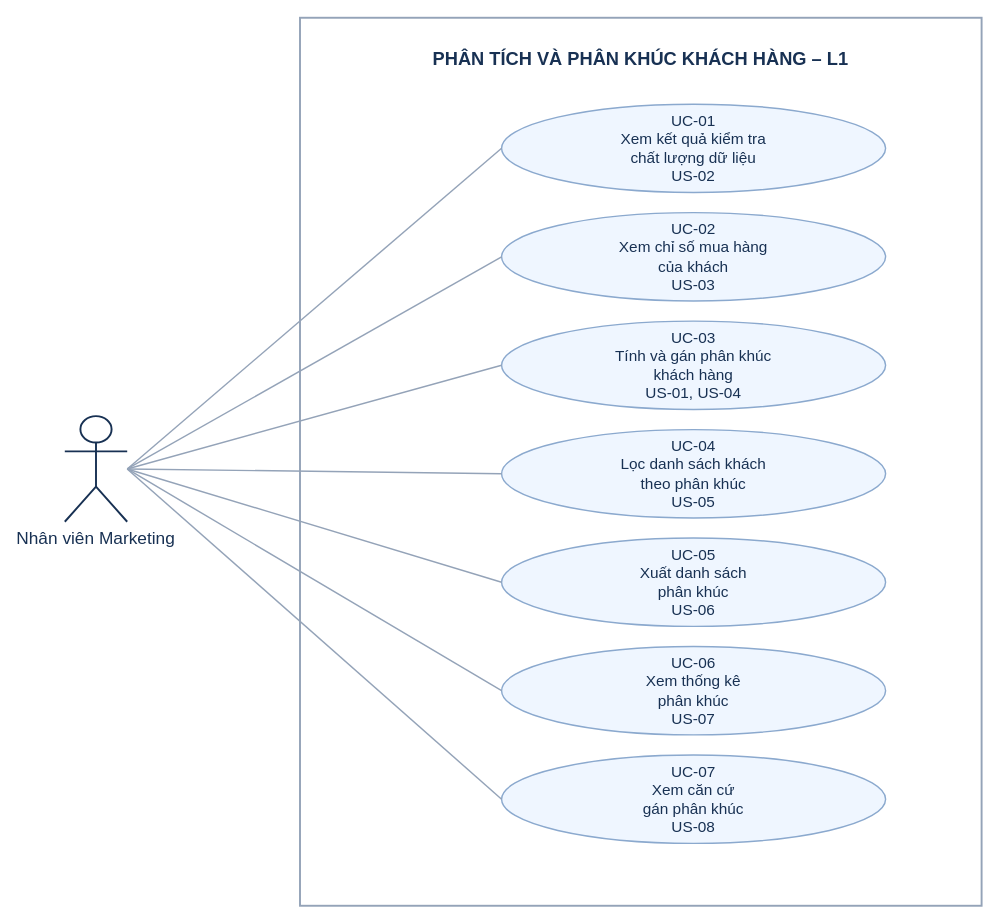
Above: docs/use-case.drawio in Dan00Dan/smartcrm-2374802010428-customer-segmentation (draw.io), before the change. Source tidied: cells renumbered, new cells numbered last; positions are measured from the earlier drawing's top-left corner, leaving out a move shared by most shapes. Both pictures are drawn from the tidied source at 96%, with x=0, y=0 at pixel (64, 17).
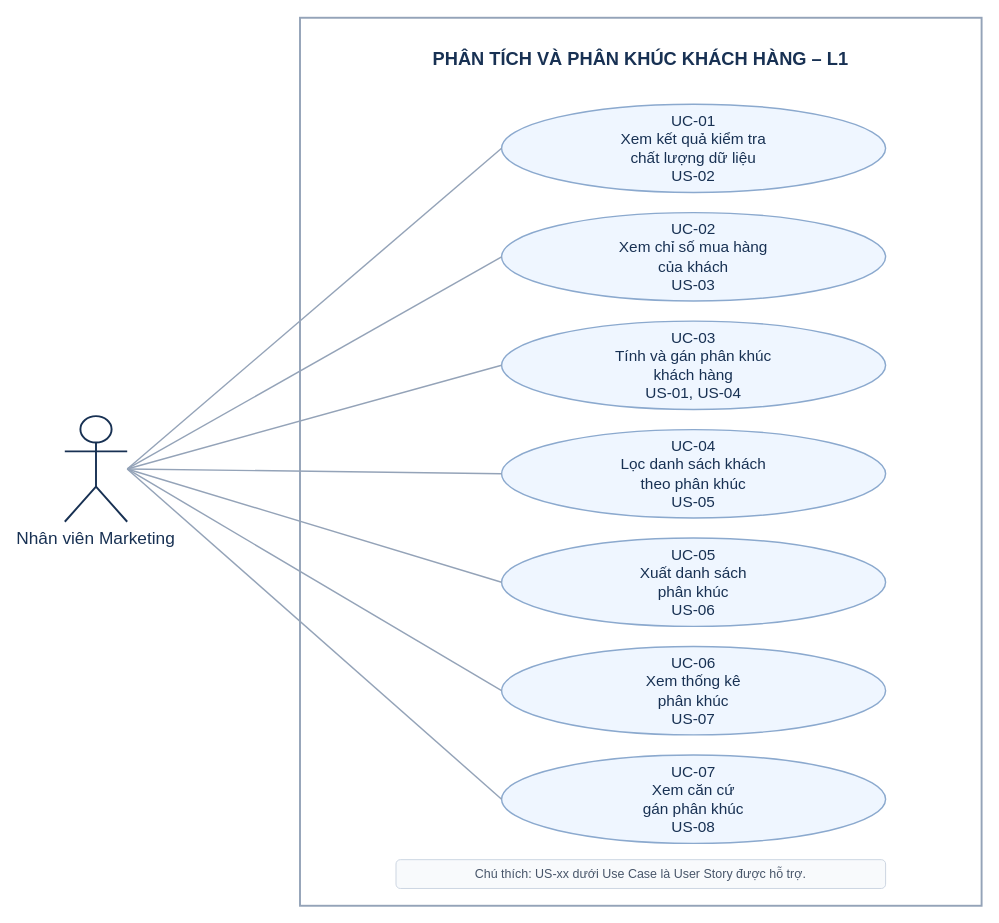
The same page after the edit.

Commit message:
docs: update data spec and use case diagram

Change to the diagram source:
```diff
@@
 <mxGraphModel>
   <root>
     <mxCell id="0" />
     <mxCell id="1" parent="0" />
     <mxCell id="2" value="PHÂN TÍCH VÀ PHÂN KHÚC KHÁCH HÀNG – L1" style="rounded=0;verticalAlign=top;spacingTop=25;fillColor=#ffffff;strokeColor=#94a3b8;strokeWidth=2;fontSize=19;fontStyle=1;fontColor=#183153;html=0;" parent="1" vertex="1">
       <mxGeometry x="245" width="710" height="925" as="geometry" />
     </mxCell>
     <mxCell id="3" value="Nhân viên Marketing" style="shape=umlActor;verticalLabelPosition=bottom;verticalAlign=top;fontColor=#183153;strokeColor=#183153;strokeWidth=2;html=0;fontSize=18;" parent="1" vertex="1">
       <mxGeometry y="415" width="65" height="110" as="geometry" />
     </mxCell>
     <mxCell id="4" value="UC-01&#10;Xem kết quả kiểm tra&#10;chất lượng dữ liệu&#10;US-02" style="ellipse;whiteSpace=wrap;html=0;fillColor=#eff6ff;strokeColor=#8ba9ce;strokeWidth=1.5;fontColor=#183153;fontSize=16;" parent="1" vertex="1">
       <mxGeometry x="455" y="90" width="400" height="92" as="geometry" />
     </mxCell>
     <mxCell id="5" style="endArrow=none;startArrow=none;html=0;strokeColor=#94a3b8;strokeWidth=1.5;exitX=1;exitY=0.5;entryX=0;entryY=0.5;entryPerimeter=0;exitPerimeter=0;" parent="1" edge="1" source="3" target="4">
       <mxGeometry relative="1" as="geometry" />
     </mxCell>
     <mxCell id="6" value="UC-02&#10;Xem chỉ số mua hàng&#10;của khách&#10;US-03" style="ellipse;whiteSpace=wrap;html=0;fillColor=#eff6ff;strokeColor=#8ba9ce;strokeWidth=1.5;fontColor=#183153;fontSize=16;" parent="1" vertex="1">
       <mxGeometry x="455" y="203" width="400" height="92" as="geometry" />
     </mxCell>
     <mxCell id="7" style="endArrow=none;startArrow=none;html=0;strokeColor=#94a3b8;strokeWidth=1.5;exitX=1;exitY=0.5;entryX=0;entryY=0.5;entryPerimeter=0;exitPerimeter=0;" parent="1" edge="1" source="3" target="6">
       <mxGeometry relative="1" as="geometry" />
     </mxCell>
     <mxCell id="8" value="UC-03&#10;Tính và gán phân khúc&#10;khách hàng&#10;US-01, US-04" style="ellipse;whiteSpace=wrap;html=0;fillColor=#eff6ff;strokeColor=#8ba9ce;strokeWidth=1.5;fontColor=#183153;fontSize=16;" parent="1" vertex="1">
       <mxGeometry x="455" y="316" width="400" height="92" as="geometry" />
     </mxCell>
     <mxCell id="9" style="endArrow=none;startArrow=none;html=0;strokeColor=#94a3b8;strokeWidth=1.5;exitX=1;exitY=0.5;entryX=0;entryY=0.5;entryPerimeter=0;exitPerimeter=0;" parent="1" edge="1" source="3" target="8">
       <mxGeometry relative="1" as="geometry" />
     </mxCell>
     <mxCell id="10" value="UC-04&#10;Lọc danh sách khách&#10;theo phân khúc&#10;US-05" style="ellipse;whiteSpace=wrap;html=0;fillColor=#eff6ff;strokeColor=#8ba9ce;strokeWidth=1.5;fontColor=#183153;fontSize=16;" parent="1" vertex="1">
       <mxGeometry x="455" y="429" width="400" height="92" as="geometry" />
     </mxCell>
     <mxCell id="11" style="endArrow=none;startArrow=none;html=0;strokeColor=#94a3b8;strokeWidth=1.5;exitX=1;exitY=0.5;entryX=0;entryY=0.5;entryPerimeter=0;exitPerimeter=0;" parent="1" edge="1" source="3" target="10">
       <mxGeometry relative="1" as="geometry" />
     </mxCell>
     <mxCell id="12" value="UC-05&#10;Xuất danh sách&#10;phân khúc&#10;US-06" style="ellipse;whiteSpace=wrap;html=0;fillColor=#eff6ff;strokeColor=#8ba9ce;strokeWidth=1.5;fontColor=#183153;fontSize=16;" parent="1" vertex="1">
       <mxGeometry x="455" y="542" width="400" height="92" as="geometry" />
     </mxCell>
     <mxCell id="13" style="endArrow=none;startArrow=none;html=0;strokeColor=#94a3b8;strokeWidth=1.5;exitX=1;exitY=0.5;entryX=0;entryY=0.5;entryPerimeter=0;exitPerimeter=0;" parent="1" edge="1" source="3" target="12">
       <mxGeometry relative="1" as="geometry" />
     </mxCell>
     <mxCell id="14" value="UC-06&#10;Xem thống kê&#10;phân khúc&#10;US-07" style="ellipse;whiteSpace=wrap;html=0;fillColor=#eff6ff;strokeColor=#8ba9ce;strokeWidth=1.5;fontColor=#183153;fontSize=16;" parent="1" vertex="1">
       <mxGeometry x="455" y="655" width="400" height="92" as="geometry" />
     </mxCell>
     <mxCell id="15" style="endArrow=none;startArrow=none;html=0;strokeColor=#94a3b8;strokeWidth=1.5;exitX=1;exitY=0.5;entryX=0;entryY=0.5;entryPerimeter=0;exitPerimeter=0;" parent="1" edge="1" source="3" target="14">
       <mxGeometry relative="1" as="geometry" />
     </mxCell>
     <mxCell id="16" value="UC-07&#10;Xem căn cứ&#10;gán phân khúc&#10;US-08" style="ellipse;whiteSpace=wrap;html=0;fillColor=#eff6ff;strokeColor=#8ba9ce;strokeWidth=1.5;fontColor=#183153;fontSize=16;" parent="1" vertex="1">
       <mxGeometry x="455" y="768" width="400" height="92" as="geometry" />
     </mxCell>
     <mxCell id="17" style="endArrow=none;startArrow=none;html=0;strokeColor=#94a3b8;strokeWidth=1.5;exitX=1;exitY=0.5;entryX=0;entryY=0.5;entryPerimeter=0;exitPerimeter=0;" parent="1" edge="1" source="3" target="16">
       <mxGeometry relative="1" as="geometry" />
     </mxCell>
+    <mxCell id="18" value="Chú thích: US-xx dưới Use Case là User Story được hỗ trợ." style="rounded=1;whiteSpace=wrap;html=0;fillColor=#f8fafc;strokeColor=#cbd5e1;strokeWidth=1;fontColor=#475569;fontSize=13;align=center;verticalAlign=middle;" parent="1" vertex="1">
+      <mxGeometry x="345" y="877" width="510" height="30" as="geometry" />
+    </mxCell>
   </root>
 </mxGraphModel>
```
